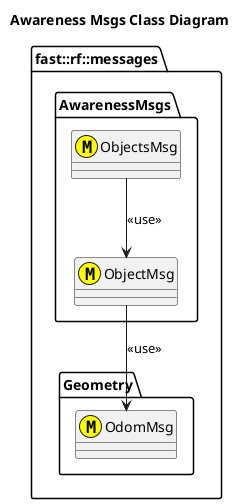
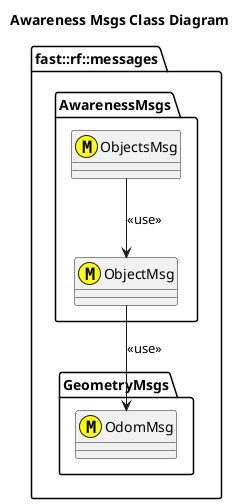
@startuml
title Awareness Msgs Class Diagram

namespace fast::rf::messages {
-   namespace Geometry {
+   namespace GeometryMsgs {
    class OdomMsg <<(M,#FFFF00) >>
  }
  namespace AwarenessMsgs {

    class ObjectMsg <<(M,#FFFF00) >> {

    }
    ObjectMsg --> OdomMsg: <<use>>
    class ObjectsMsg <<(M,#FFFF00) >> {

    }
    ObjectsMsg --> ObjectMsg: <<use>>

  }
}
@enduml